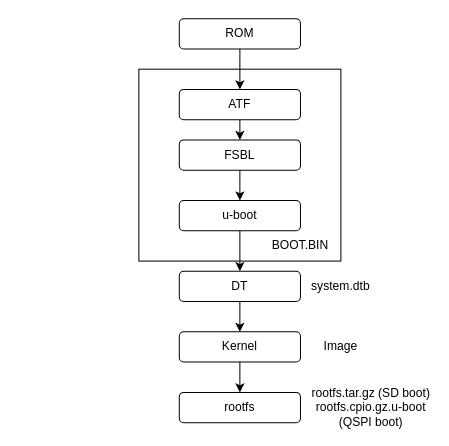
This is page "Page-3" (3 of 3) of Untitled Diagram.drawio from nanoozzz/nanoozzz, a draw.io file, before an edit. Source tidied: cells renumbered, new cells numbered last; positions are measured from the earlier drawing's top-left corner, leaving out a move shared by most shapes. Both pictures are drawn from the tidied source at 101%, with x=0, y=0 at pixel (138, 18).
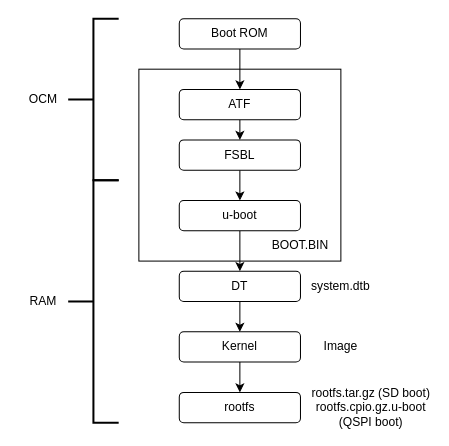
The same page after the edit.

The edit, as a diff of the source:
```diff
@@
-    <mxCell id="4" value="ROM" style="rounded=1;whiteSpace=wrap;html=1;" parent="1" vertex="1">
+    <mxCell id="4" value="Boot ROM" style="rounded=1;whiteSpace=wrap;html=1;" parent="1" vertex="1">
       <mxGeometry x="40" width="120" height="30" as="geometry" />
     </mxCell>
@@
+    <mxCell id="20" style="strokeWidth=2;html=1;shape=mxgraph.flowchart.annotation_2;align=left;labelPosition=right;" parent="1" vertex="1">
+      <mxGeometry x="-70" width="50" height="160" as="geometry" />
+    </mxCell>
+    <mxCell id="21" value="OCM" style="text;html=1;align=center;verticalAlign=middle;strokeColor=none;fillColor=none;" parent="1" vertex="1">
+      <mxGeometry x="-120" y="65" width="50" height="30" as="geometry" />
+    </mxCell>
+    <mxCell id="22" style="strokeWidth=2;html=1;shape=mxgraph.flowchart.annotation_2;align=left;labelPosition=right;" parent="1" vertex="1">
+      <mxGeometry x="-70" y="160" width="50" height="240" as="geometry" />
+    </mxCell>
+    <mxCell id="23" value="RAM" style="text;html=1;align=center;verticalAlign=middle;strokeColor=none;fillColor=none;" parent="1" vertex="1">
+      <mxGeometry x="-120" y="265" width="50" height="30" as="geometry" />
+    </mxCell>
```
